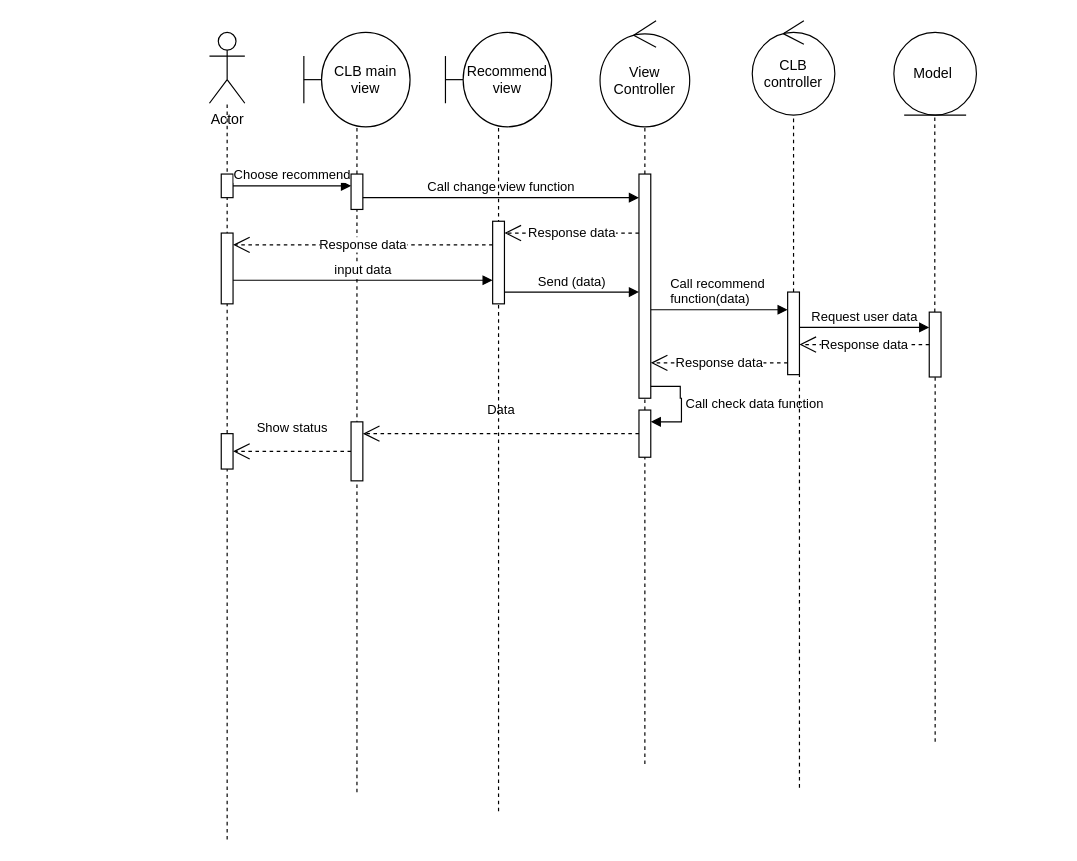
The draw.io diagram page "Invite/ recommend/ delete members" (11 of 12) of diagram.drawio in ZanhhTrann/finall_project-, before the edit. Source tidied: cells renumbered, new cells numbered last; positions are measured from the earlier drawing's top-left corner, leaving out a move shared by most shapes. Both pictures are drawn from the tidied source at 118%, with x=0, y=0 at pixel (209, 20).
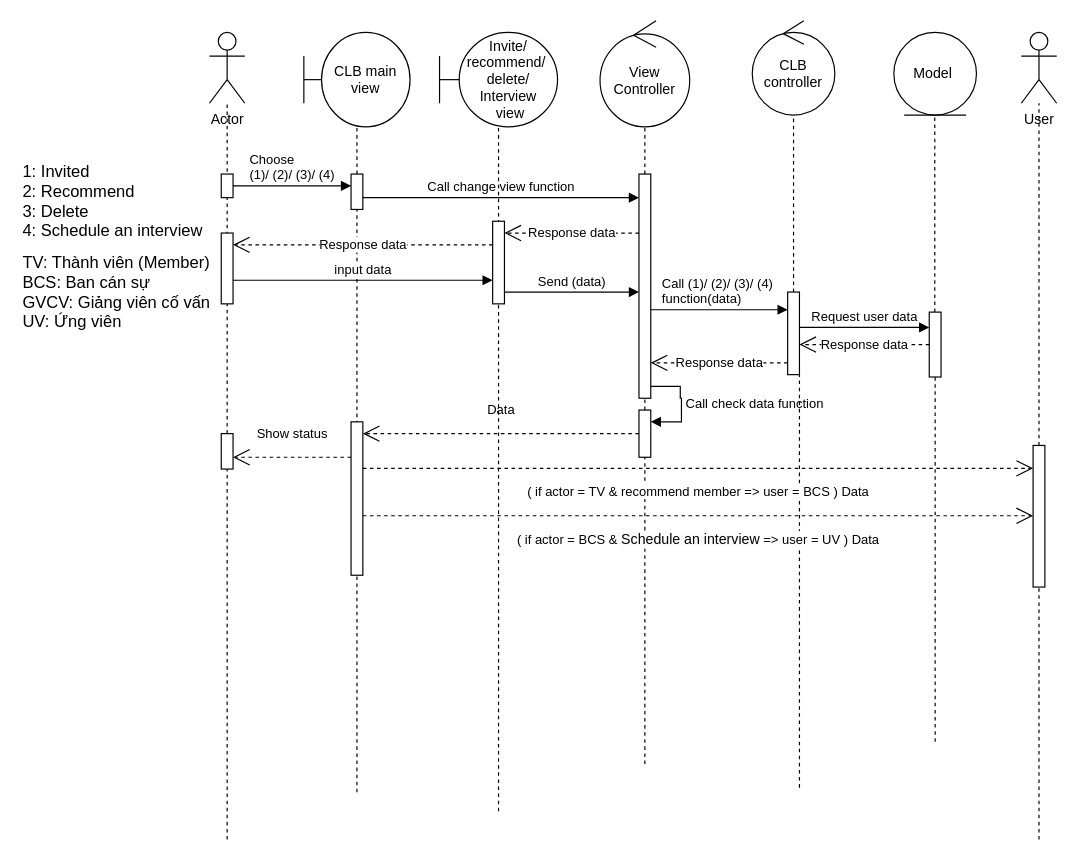
Above is the later version.

The change refers to these unchanged cells:
```xml
<mxCell id="21" style="html=1;points=[[0,0,0,0,5],[0,1,0,0,-5],[1,0,0,0,5],[1,1,0,0,-5]];perimeter=orthogonalPerimeter;outlineConnect=0;targetShapes=umlLifeline;portConstraint=eastwest;newEdgeStyle={&quot;curved&quot;:0,&quot;rounded&quot;:0};" parent="1" vertex="1">
  <mxGeometry x="10" y="350" width="10" height="30" as="geometry" />
</mxCell>
```

The edit, as a diff of the source:
```diff
@@
-    <mxCell id="14" value="&lt;div style=&quot;text-align: left;&quot;&gt;Call recommend&amp;nbsp;&lt;/div&gt;&lt;div style=&quot;text-align: left;&quot;&gt;function(data)&lt;/div&gt;" style="html=1;verticalAlign=bottom;endArrow=block;curved=0;rounded=0;" parent="1" edge="1">
+    <mxCell id="14" value="&lt;div style=&quot;text-align: left;&quot;&gt;Call (1)/ (2)/ (3)/ (4)&amp;nbsp;&lt;/div&gt;&lt;div style=&quot;text-align: left;&quot;&gt;function(data)&lt;/div&gt;" style="html=1;verticalAlign=bottom;endArrow=block;curved=0;rounded=0;" parent="1" edge="1">
       <mxGeometry relative="1" as="geometry">
         <mxPoint x="374" y="245" as="sourcePoint" />
         <mxPoint x="490" y="245" as="targetPoint" />
         <Array as="points">
           <mxPoint x="490" y="245" />
         </Array>
       </mxGeometry>
     </mxCell>
@@
-    <mxCell id="19" value="Show status" style="endArrow=open;endSize=12;dashed=1;html=1;rounded=0;" parent="1" edge="1" source="42" target="21">
-      <mxGeometry y="-20" relative="1" as="geometry" />
+    <mxCell id="19" value="Show status" style="endArrow=open;endSize=12;dashed=1;html=1;rounded=0;" parent="1" edge="1">
+      <mxGeometry y="-20" relative="1" as="geometry">
+        <mxPoint x="120" y="370" as="sourcePoint" />
+        <mxPoint x="20" y="370" as="targetPoint" />
+      </mxGeometry>
     </mxCell>
@@
-    <mxCell id="24" value="&lt;div style=&quot;text-align: left;&quot;&gt;Choose recommend&lt;/div&gt;" style="html=1;verticalAlign=bottom;endArrow=block;curved=0;rounded=0;" parent="1" edge="1">
+    <mxCell id="24" value="&lt;div style=&quot;text-align: left;&quot;&gt;Choose&amp;nbsp;&lt;/div&gt;&lt;div style=&quot;text-align: left;&quot;&gt;(1)/ (2)/ (3)/ (4)&lt;/div&gt;" style="html=1;verticalAlign=bottom;endArrow=block;curved=0;rounded=0;" parent="1" edge="1">
       <mxGeometry relative="1" as="geometry">
         <mxPoint x="20" y="140" as="sourcePoint" />
         <mxPoint x="120" y="140" as="targetPoint" />
       </mxGeometry>
     </mxCell>
@@
-    <mxCell id="29" value="Recommend view" style="shape=umlBoundary;whiteSpace=wrap;html=1;" parent="1" vertex="1">
-      <mxGeometry x="200" y="10" width="90" height="80" as="geometry" />
+    <mxCell id="29" value="Invite/ recommend/&amp;nbsp;&lt;div&gt;delete/ Interview&lt;/div&gt;&lt;div&gt;&amp;nbsp;view&lt;/div&gt;" style="shape=umlBoundary;whiteSpace=wrap;html=1;" parent="1" vertex="1">
+      <mxGeometry x="195" y="10" width="100" height="80" as="geometry" />
     </mxCell>
@@
     <mxCell id="42" style="html=1;points=[[0,0,0,0,5],[0,1,0,0,-5],[1,0,0,0,5],[1,1,0,0,-5]];perimeter=orthogonalPerimeter;outlineConnect=0;targetShapes=umlLifeline;portConstraint=eastwest;newEdgeStyle={&quot;curved&quot;:0,&quot;rounded&quot;:0};" parent="1" vertex="1">
-      <mxGeometry x="120" y="340" width="10" height="50" as="geometry" />
+      <mxGeometry x="120" y="340" width="10" height="130" as="geometry" />
     </mxCell>
+    <mxCell id="43" value="User" style="shape=umlActor;verticalLabelPosition=bottom;verticalAlign=top;html=1;" parent="1" vertex="1">
+      <mxGeometry x="688" y="10" width="30" height="60" as="geometry" />
+    </mxCell>
+    <mxCell id="44" style="endArrow=none;dashed=1;html=1;rounded=0;" parent="1" edge="1" source="46" target="43">
+      <mxGeometry relative="1" as="geometry" />
+    </mxCell>
+    <mxCell id="45" style="endArrow=none;dashed=1;html=1;rounded=0;" parent="1" edge="1" target="46">
+      <mxGeometry relative="1" as="geometry">
+        <mxPoint x="703" y="694" as="sourcePoint" />
+      </mxGeometry>
+    </mxCell>
+    <mxCell id="46" style="html=1;points=[[0,0,0,0,5],[0,1,0,0,-5],[1,0,0,0,5],[1,1,0,0,-5]];perimeter=orthogonalPerimeter;outlineConnect=0;targetShapes=umlLifeline;portConstraint=eastwest;newEdgeStyle={&quot;curved&quot;:0,&quot;rounded&quot;:0};" parent="1" vertex="1">
+      <mxGeometry x="698" y="360" width="10" height="120" as="geometry" />
+    </mxCell>
+    <mxCell id="47" value="( if actor = TV &amp;amp; recommend member =&amp;gt; user = BCS ) Data" style="endArrow=open;endSize=12;dashed=1;html=1;rounded=0;" parent="1" edge="1">
+      <mxGeometry y="-20" relative="1" as="geometry">
+        <mxPoint x="130" y="379.4" as="sourcePoint" />
+        <mxPoint x="698" y="379.4" as="targetPoint" />
+      </mxGeometry>
+    </mxCell>
+    <mxCell id="48" value="&lt;font style=&quot;font-size: 14px;&quot;&gt;1: Invited&lt;/font&gt;&lt;div style=&quot;font-size: 14px;&quot;&gt;&lt;font style=&quot;font-size: 14px;&quot;&gt;2: Recommend&lt;/font&gt;&lt;/div&gt;&lt;div style=&quot;font-size: 14px;&quot;&gt;&lt;font style=&quot;font-size: 14px;&quot;&gt;3: Delete&lt;/font&gt;&lt;/div&gt;&lt;div style=&quot;font-size: 14px;&quot;&gt;&lt;font style=&quot;font-size: 14px;&quot;&gt;4: Schedule an interview&lt;/font&gt;&lt;/div&gt;" style="text;html=1;align=left;verticalAlign=middle;strokeColor=none;fillColor=none;" parent="1" vertex="1">
+      <mxGeometry x="-160" y="113" width="180" height="80" as="geometry" />
+    </mxCell>
+    <mxCell id="49" value="&lt;span style=&quot;font-size: 14px;&quot;&gt;TV: Thành viên (Member)&lt;/span&gt;&lt;div&gt;&lt;span style=&quot;font-size: 14px;&quot;&gt;BCS: Ban cán sự&lt;/span&gt;&lt;/div&gt;&lt;div&gt;&lt;span style=&quot;font-size: 14px;&quot;&gt;GVCV: Giảng viên cố vấn&lt;/span&gt;&lt;/div&gt;&lt;div&gt;&lt;span style=&quot;font-size: 14px;&quot;&gt;UV: Ứng viên&amp;nbsp;&lt;/span&gt;&lt;/div&gt;" style="text;html=1;align=left;verticalAlign=middle;strokeColor=none;fillColor=none;" parent="1" vertex="1">
+      <mxGeometry x="-160" y="190" width="180" height="80" as="geometry" />
+    </mxCell>
+    <mxCell id="50" value="( if actor = BCS &amp;amp;&amp;nbsp;&lt;span style=&quot;text-align: left; background-color: rgb(251, 251, 251);&quot;&gt;&lt;font style=&quot;font-size: 12px;&quot;&gt;Schedule an interview&lt;/font&gt;&lt;/span&gt;&amp;nbsp;=&amp;gt; user = UV ) Data" style="endArrow=open;endSize=12;dashed=1;html=1;rounded=0;" parent="1" edge="1">
+      <mxGeometry y="-20" relative="1" as="geometry">
+        <mxPoint x="130" y="419.6" as="sourcePoint" />
+        <mxPoint x="698" y="419.6" as="targetPoint" />
+      </mxGeometry>
+    </mxCell>
```
